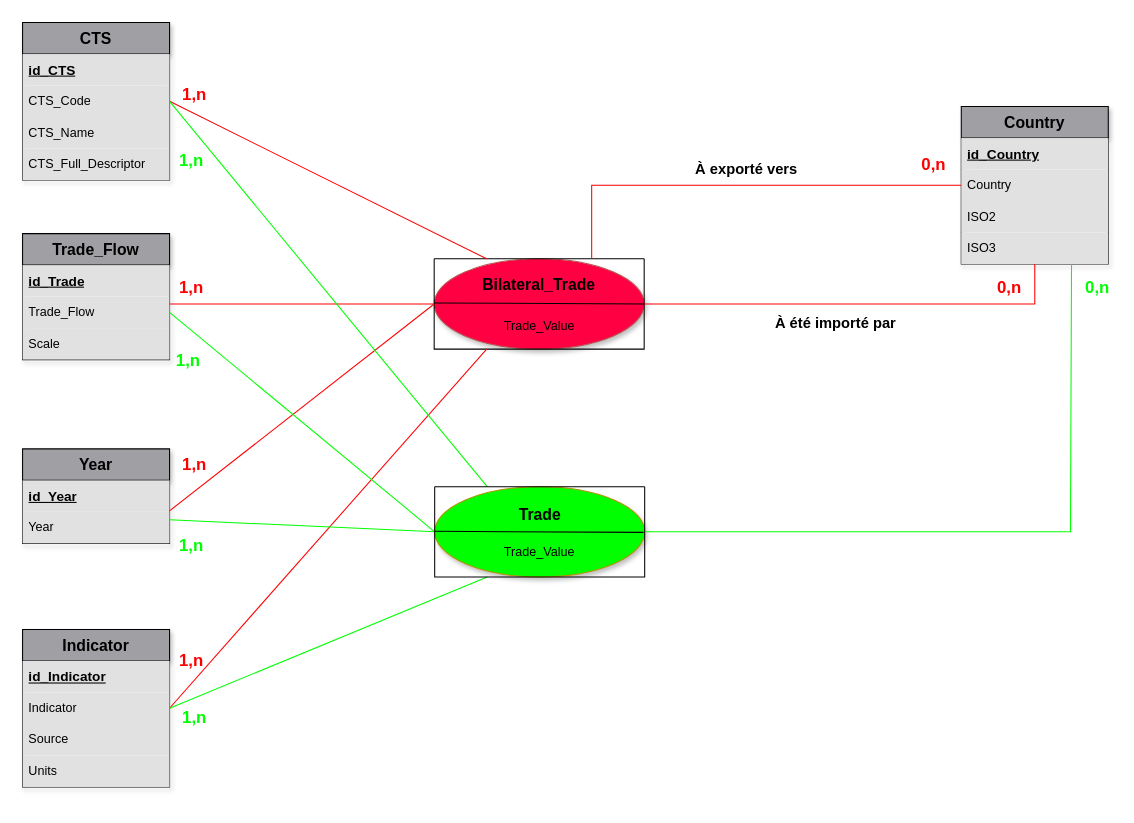
Darckens/SAE-S2.01 keeps this draw.io diagram as schema_ea/schema_EA_final.drawio. Above is the earlier version. Source tidied: cells renumbered, new cells numbered last; positions are measured from the earlier drawing's top-left corner, leaving out a move shared by most shapes. Both pictures are drawn from the tidied source at 105%, with x=0, y=0 at pixel (22, 22).
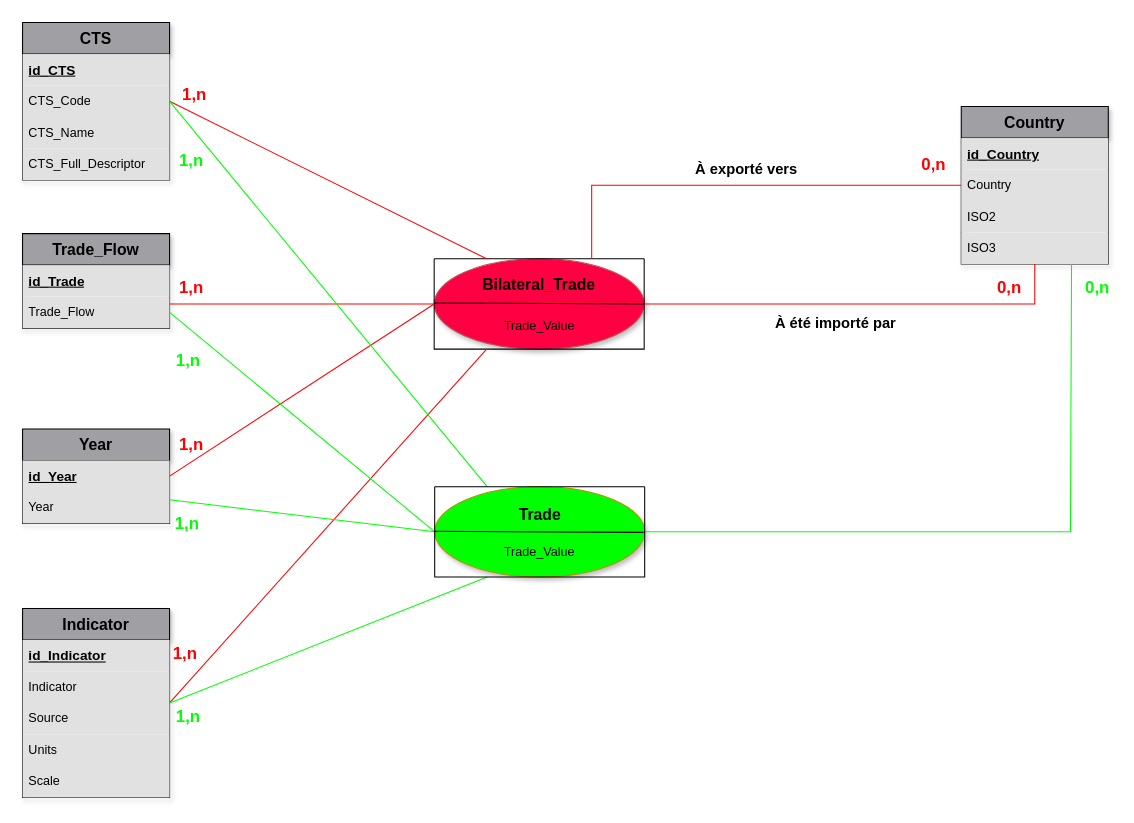
Above is the later version.

Unchanged cells that the change refers to:
```xml
<mxCell id="5" style="swimlane;startSize=0;" parent="1" vertex="1">
  <mxGeometry x="392" y="225" width="200" height="86" as="geometry" />
</mxCell>
<mxCell id="27" value="&lt;font style=&quot;font-size: 13px;&quot;&gt;&lt;b&gt;&lt;u&gt;id_Year&lt;/u&gt;&lt;/b&gt;&lt;/font&gt;" style="text;strokeColor=none;fillColor=light-dark(#E1E1E1,#E1E1E1);align=left;verticalAlign=middle;spacingLeft=4;spacingRight=4;overflow=hidden;points=[[0,0.5],[1,0.5]];portConstraint=eastwest;whiteSpace=wrap;html=1;fontColor=light-dark(#000000, #121212);" parent="26" vertex="1">
  <mxGeometry y="30" width="140" height="30" as="geometry" />
</mxCell>
```

Change to the diagram source:
```diff
@@
     <mxCell id="17" value="&lt;font style=&quot;font-size: 15px;&quot;&gt;&lt;b&gt;Indicator&lt;/b&gt;&lt;/font&gt;" style="swimlane;fontStyle=0;horizontal=1;startSize=30;whiteSpace=wrap;html=1;shadow=1;fillColor=#A0A0A4;strokeColor=#000000;" parent="1" vertex="1">
-      <mxGeometry y="578" width="140" height="150" as="geometry" />
+      <mxGeometry y="558" width="140" height="180" as="geometry" />
     </mxCell>
@@
+    <mxCell id="25" value="Scale" style="text;strokeColor=none;fillColor=light-dark(#E1E1E1,#E1E1E1);align=left;verticalAlign=middle;spacingLeft=4;spacingRight=4;overflow=hidden;whiteSpace=wrap;html=1;fontColor=light-dark(#000000, #121212);" parent="17" vertex="1">
+      <mxGeometry y="150" width="140" height="30" as="geometry" />
+    </mxCell>
     <mxCell id="22" value="&lt;font style=&quot;font-size: 15px;&quot;&gt;&lt;b&gt;Trade_Flow&lt;/b&gt;&lt;/font&gt;" style="swimlane;fontStyle=0;horizontal=1;startSize=30;whiteSpace=wrap;html=1;shadow=1;fillColor=#A0A0A4;strokeColor=#000000;" parent="1" vertex="1">
-      <mxGeometry y="201" width="140" height="120" as="geometry" />
+      <mxGeometry y="201" width="140" height="90" as="geometry" />
     </mxCell>
@@
-    <mxCell id="25" value="Scale" style="text;strokeColor=none;fillColor=light-dark(#E1E1E1,#E1E1E1);align=left;verticalAlign=middle;spacingLeft=4;spacingRight=4;overflow=hidden;whiteSpace=wrap;html=1;fontColor=light-dark(#000000, #121212);" parent="22" vertex="1">
-      <mxGeometry y="90" width="140" height="30" as="geometry" />
-    </mxCell>
     <mxCell id="26" value="&lt;b&gt;&lt;font style=&quot;font-size: 15px;&quot;&gt;Year&lt;/font&gt;&lt;/b&gt;" style="swimlane;fontStyle=0;horizontal=1;startSize=30;whiteSpace=wrap;html=1;shadow=1;fillColor=#A0A0A4;strokeColor=#000000;" parent="1" vertex="1">
-      <mxGeometry y="406" width="140" height="90" as="geometry" />
+      <mxGeometry y="387" width="140" height="90" as="geometry" />
     </mxCell>
@@
-    <mxCell id="30" style="endArrow=none;html=1;rounded=0;entryX=0;entryY=0.5;entryDx=0;entryDy=0;fillColor=#e51400;strokeColor=#FF0000;" parent="1" edge="1" target="5">
-      <mxGeometry relative="1" as="geometry">
-        <mxPoint x="140" y="465" as="sourcePoint" />
-      </mxGeometry>
+    <mxCell id="30" style="endArrow=none;html=1;rounded=0;entryX=0;entryY=0.5;entryDx=0;entryDy=0;fillColor=#e51400;strokeColor=#FF0000;exitX=1;exitY=0.5;exitDx=0;exitDy=0;" parent="1" edge="1" source="27" target="5">
+      <mxGeometry relative="1" as="geometry" />
     </mxCell>
@@
     <mxCell id="35" value="&lt;font style=&quot;font-size: 16px;&quot;&gt;&lt;b&gt;1,n&lt;/b&gt;&lt;/font&gt;" style="text;html=1;align=center;verticalAlign=middle;whiteSpace=wrap;rounded=0;fontColor=#FF0000;" parent="1" vertex="1">
-      <mxGeometry x="147" y="406" width="34" height="30" as="geometry" />
+      <mxGeometry x="144" y="387" width="34" height="30" as="geometry" />
     </mxCell>
     <mxCell id="36" value="&lt;font style=&quot;font-size: 16px;&quot;&gt;&lt;b&gt;1,n&lt;/b&gt;&lt;/font&gt;" style="text;html=1;align=center;verticalAlign=middle;whiteSpace=wrap;rounded=0;fontColor=#FF0000;" parent="1" vertex="1">
-      <mxGeometry x="144" y="592" width="34" height="30" as="geometry" />
+      <mxGeometry x="138" y="586" width="34" height="30" as="geometry" />
     </mxCell>
@@
     <mxCell id="52" value="&lt;font style=&quot;font-size: 16px;&quot;&gt;&lt;b&gt;1,n&lt;/b&gt;&lt;/font&gt;" style="text;html=1;align=center;verticalAlign=middle;whiteSpace=wrap;rounded=0;fontColor=#00FF00;" parent="1" vertex="1">
-      <mxGeometry x="144" y="483" width="34" height="30" as="geometry" />
+      <mxGeometry x="140" y="462" width="34" height="30" as="geometry" />
     </mxCell>
     <mxCell id="53" value="&lt;font style=&quot;font-size: 16px;&quot;&gt;&lt;b&gt;1,n&lt;/b&gt;&lt;/font&gt;" style="text;html=1;align=center;verticalAlign=middle;whiteSpace=wrap;rounded=0;fontColor=#00FF00;" parent="1" vertex="1">
-      <mxGeometry x="147" y="647" width="34" height="30" as="geometry" />
+      <mxGeometry x="141" y="646" width="34" height="30" as="geometry" />
     </mxCell>
```
